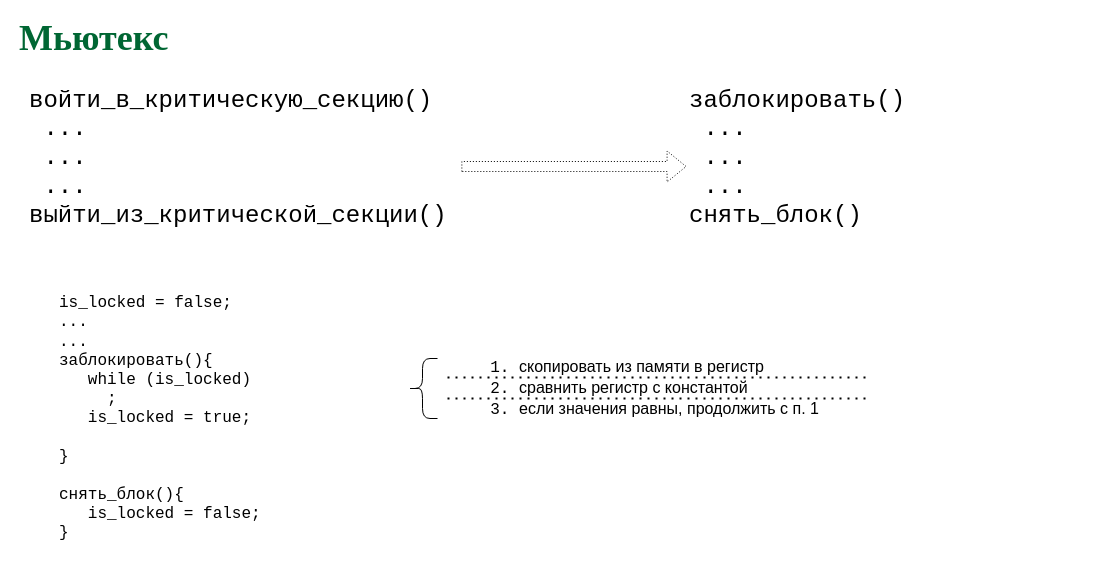
77maxikov/os_course keeps this draw.io diagram as page "Mutex - impl1" (4 of 18) of slides/sync.drawio. Above is the earlier version. Source tidied: cells renumbered, new cells numbered last; positions are measured from the earlier drawing's top-left corner, leaving out a move shared by most shapes. Both pictures are drawn from the tidied source at 100%, with x=0, y=0 at pixel (17, 28).
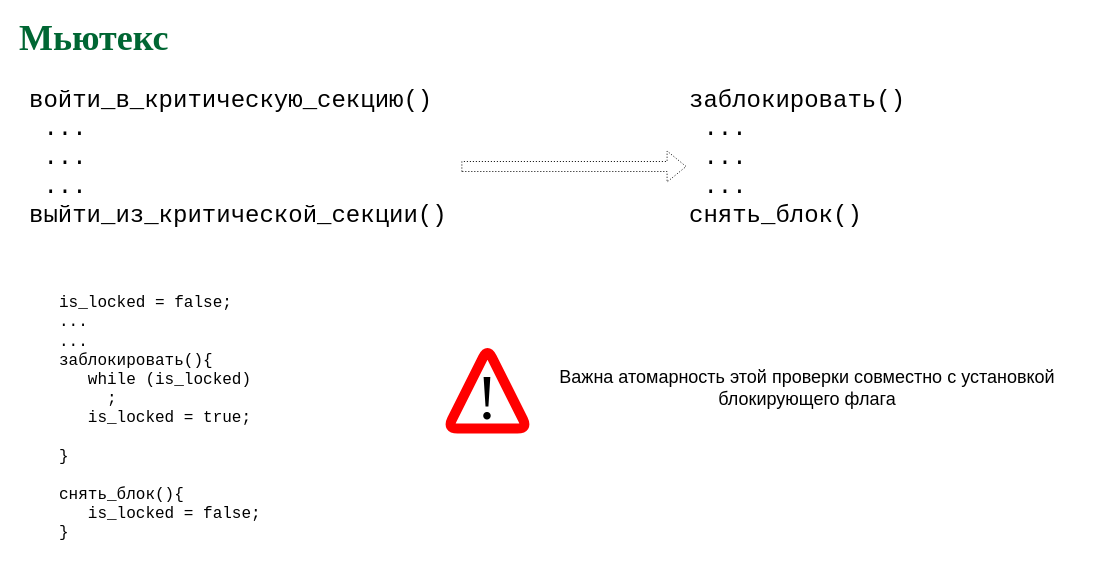
After the change.

Diff of the diagram source:
```diff
@@
 <mxGraphModel>
   <root>
     <mxCell id="0" />
     <mxCell id="1" parent="0" />
     <mxCell id="2" value="&lt;div style=&quot;text-align: justify&quot;&gt;&lt;span&gt;is_locked = false;&lt;/span&gt;&lt;/div&gt;&lt;div style=&quot;text-align: justify&quot;&gt;&lt;span&gt;...&lt;/span&gt;&lt;/div&gt;&lt;div style=&quot;text-align: justify&quot;&gt;&lt;span&gt;...&lt;/span&gt;&lt;/div&gt;&lt;div style=&quot;text-align: justify&quot;&gt;заблокировать(){&lt;/div&gt;&lt;div style=&quot;text-align: justify&quot;&gt;&amp;nbsp; &amp;nbsp;while (is_locked)&lt;/div&gt;&lt;div style=&quot;text-align: justify&quot;&gt;&amp;nbsp; &amp;nbsp; &amp;nbsp;;&lt;/div&gt;&lt;div style=&quot;text-align: justify&quot;&gt;&amp;nbsp; &amp;nbsp;is_locked = true;&lt;/div&gt;&lt;div style=&quot;text-align: justify&quot;&gt;&lt;br&gt;&lt;/div&gt;&lt;div style=&quot;text-align: justify&quot;&gt;}&lt;/div&gt;&lt;div style=&quot;text-align: justify&quot;&gt;&lt;br&gt;&lt;/div&gt;&lt;div style=&quot;text-align: justify&quot;&gt;снять_блок(){&lt;/div&gt;&lt;div style=&quot;text-align: justify&quot;&gt;&amp;nbsp; &amp;nbsp;is_locked = false;&lt;/div&gt;&lt;div style=&quot;text-align: justify&quot;&gt;}&lt;/div&gt;&lt;div style=&quot;text-align: justify&quot;&gt;&lt;span&gt;&lt;br&gt;&lt;/span&gt;&lt;/div&gt;" style="text;html=1;strokeColor=none;fillColor=none;align=left;verticalAlign=middle;whiteSpace=wrap;rounded=0;fontFamily=Courier New;fontSize=16;" parent="1" vertex="1">
       <mxGeometry x="40" y="310" width="320" height="180" as="geometry" />
     </mxCell>
-    <mxCell id="3" style="shape=curlyBracket;whiteSpace=wrap;html=1;rounded=1;fontFamily=Courier New;fontSize=16;size=0.5;" parent="1" vertex="1">
-      <mxGeometry x="390" y="330" width="30" height="60" as="geometry" />
-    </mxCell>
-    <mxCell id="4" value="&lt;ol&gt;&lt;li&gt;&lt;font face=&quot;Helvetica&quot; style=&quot;font-size: 16px&quot;&gt;скопировать из памяти в регистр&lt;/font&gt;&lt;/li&gt;&lt;li&gt;&lt;font face=&quot;Helvetica&quot; style=&quot;font-size: 16px&quot;&gt;сравнить регистр с константой&lt;/font&gt;&lt;/li&gt;&lt;li&gt;&lt;font face=&quot;Helvetica&quot; style=&quot;font-size: 16px&quot;&gt;если значения равны, продолжить с п. 1&lt;/font&gt;&lt;/li&gt;&lt;/ol&gt;" style="text;html=1;strokeColor=none;fillColor=none;align=left;verticalAlign=middle;whiteSpace=wrap;rounded=0;fontFamily=Courier New;fontSize=16;" parent="1" vertex="1">
-      <mxGeometry x="460" y="350" width="380" height="20" as="geometry" />
-    </mxCell>
-    <mxCell id="5" style="endArrow=none;dashed=1;html=1;dashPattern=1 3;strokeWidth=2;" parent="1" edge="1">
-      <mxGeometry relative="1" as="geometry">
-        <mxPoint x="430" y="349" as="sourcePoint" />
-        <mxPoint x="850" y="349" as="targetPoint" />
-      </mxGeometry>
-    </mxCell>
-    <mxCell id="6" style="endArrow=none;dashed=1;html=1;dashPattern=1 3;strokeWidth=2;" parent="1" edge="1">
-      <mxGeometry relative="1" as="geometry">
-        <mxPoint x="430" y="370" as="sourcePoint" />
-        <mxPoint x="850" y="370" as="targetPoint" />
-      </mxGeometry>
-    </mxCell>
     <mxCell id="7" value="&lt;font face=&quot;Courier New&quot; style=&quot;font-size: 24px&quot;&gt;заблокировать()&lt;br&gt;&lt;div&gt;&amp;nbsp;...&lt;/div&gt;&lt;div&gt;&amp;nbsp;...&lt;/div&gt;&lt;div&gt;&amp;nbsp;...&lt;/div&gt;&lt;div&gt;&lt;span&gt;снять_блок()&lt;/span&gt;&lt;/div&gt;&lt;/font&gt;" style="text;html=1;align=left;verticalAlign=middle;points=[];" parent="1" vertex="1">
       <mxGeometry x="670" y="90" width="230" height="80" as="geometry" />
     </mxCell>
     <mxCell id="8" value="&lt;font face=&quot;Garamond&quot; color=&quot;#006633&quot; size=&quot;1&quot;&gt;&lt;b style=&quot;font-size: 36px&quot;&gt;Мьютекс&lt;/b&gt;&lt;/font&gt;" style="text;html=1;align=left;verticalAlign=middle;whiteSpace=wrap;rounded=0;" parent="1" vertex="1">
       <mxGeometry width="920" height="20" as="geometry" />
     </mxCell>
     <mxCell id="9" value="&lt;font face=&quot;Courier New&quot; style=&quot;font-size: 24px&quot;&gt;войти_в_критическую_секцию()&lt;br&gt;&lt;div&gt;&amp;nbsp;...&lt;/div&gt;&lt;div&gt;&amp;nbsp;...&lt;/div&gt;&lt;div&gt;&amp;nbsp;...&lt;/div&gt;&lt;div&gt;&lt;span&gt;выйти_из_критической_секции()&lt;/span&gt;&lt;/div&gt;&lt;/font&gt;" style="text;html=1;align=left;verticalAlign=middle;points=[];" parent="1" vertex="1">
       <mxGeometry x="10" y="90" width="430" height="80" as="geometry" />
     </mxCell>
     <mxCell id="10" style="shape=flexArrow;endArrow=classic;html=1;dashed=1;dashPattern=1 2;exitX=1.009;exitY=0.6;exitDx=0;exitDy=0;exitPerimeter=0;entryX=-0.004;entryY=0.6;entryDx=0;entryDy=0;entryPerimeter=0;" parent="1" edge="1" source="9" target="7">
       <mxGeometry relative="1" as="geometry" />
     </mxCell>
+    <mxCell id="11" value="&lt;span style=&quot;font-size: 18px&quot;&gt;Важна атомарность этой проверки совместно с установкой блокирующего флага&lt;/span&gt;" style="text;html=1;strokeColor=none;fillColor=none;align=center;verticalAlign=middle;whiteSpace=wrap;rounded=0;" parent="1" vertex="1">
+      <mxGeometry x="500" y="350" width="580" height="20" as="geometry" />
+    </mxCell>
+    <mxCell id="12" style="group;" parent="1" vertex="1">
+      <mxGeometry x="430" y="320" width="80" height="80" as="geometry" />
+    </mxCell>
+    <mxCell id="13" style="endArrow=none;html=1;strokeWidth=10;strokeColor=#FF0000;jumpStyle=arc;" parent="12" edge="1">
+      <mxGeometry relative="1" as="geometry">
+        <mxPoint x="40" y="80" as="sourcePoint" />
+        <mxPoint x="40" y="80" as="targetPoint" />
+        <Array as="points">
+          <mxPoint y="80" />
+          <mxPoint x="40" />
+          <mxPoint x="80" y="80" />
+        </Array>
+      </mxGeometry>
+    </mxCell>
+    <mxCell id="14" value="&lt;font style=&quot;font-size: 63px&quot;&gt;!&lt;/font&gt;" style="text;html=1;strokeColor=none;fillColor=none;align=center;verticalAlign=middle;whiteSpace=wrap;rounded=0;fontFamily=Times New Roman;" parent="12" vertex="1">
+      <mxGeometry x="20" y="40" width="40" height="20" as="geometry" />
+    </mxCell>
   </root>
 </mxGraphModel>
```
